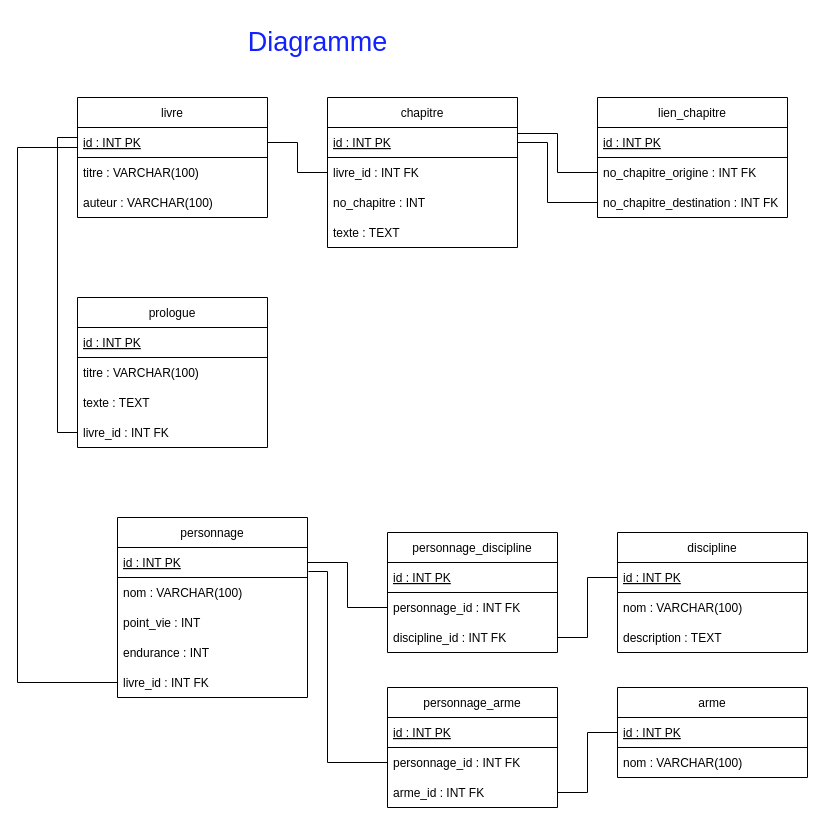
Before: Diagramme de classe du TP.drawio in 2132555-guyollotclement/clementguyollot_francispayan_projet, a draw.io diagram. Source tidied: cells renumbered, new cells numbered last; positions are measured from the earlier drawing's top-left corner, leaving out a move shared by most shapes. Both pictures are drawn from the tidied source at 100%, with x=0, y=0 at pixel (17, 17).
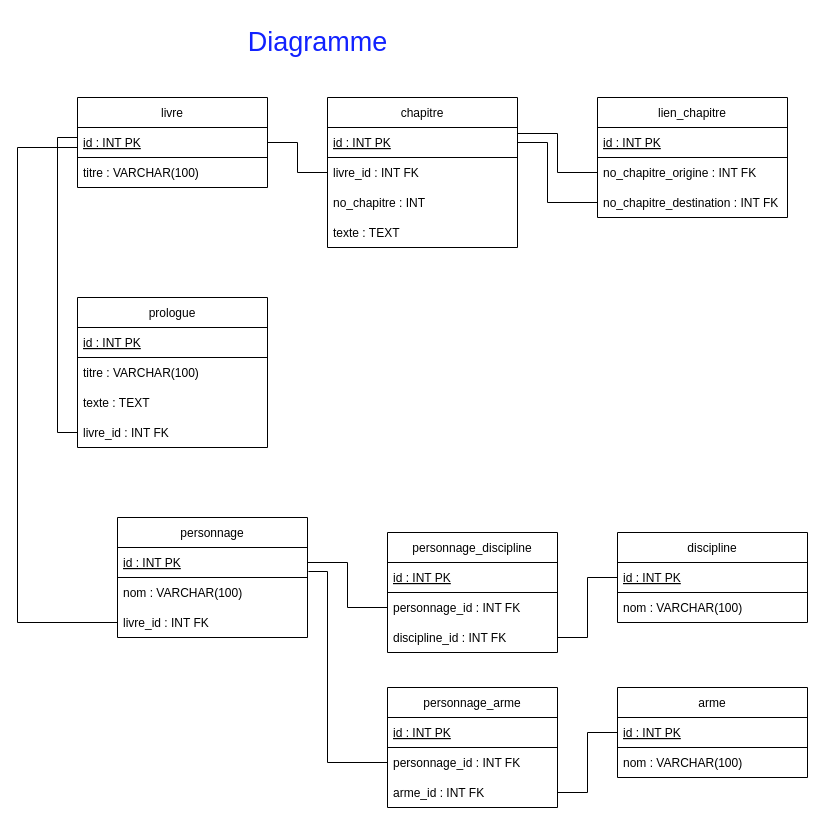
The same page after the edit.

The change refers to these unchanged cells:
```xml
<mxCell id="3" value="id : INT PK" style="text;strokeColor=default;fillColor=none;align=left;verticalAlign=middle;spacingLeft=4;spacingRight=4;overflow=hidden;points=[[0,0.5],[1,0.5]];portConstraint=eastwest;fontStyle=4;" parent="2" vertex="1">
  <mxGeometry y="30" width="190" height="30" as="geometry" />
</mxCell>
```

Diff of the diagram source:
```diff
@@
     <mxCell id="2" value="livre" style="swimlane;fontStyle=0;horizontal=1;startSize=30;" parent="1" vertex="1">
-      <mxGeometry x="60" y="80" width="190" height="120" as="geometry" />
+      <mxGeometry x="60" y="80" width="190" height="90" as="geometry" />
     </mxCell>
@@
-    <mxCell id="5" value="auteur : VARCHAR(100)" style="text;strokeColor=none;fillColor=none;align=left;verticalAlign=middle;spacingLeft=4;spacingRight=4;overflow=hidden;" parent="2" vertex="1">
-      <mxGeometry y="90" width="190" height="30" as="geometry" />
-    </mxCell>
@@
     <mxCell id="11" value="discipline" style="swimlane;fontStyle=0;horizontal=1;startSize=30;" parent="1" vertex="1">
-      <mxGeometry x="600" y="515" width="190" height="120" as="geometry" />
+      <mxGeometry x="600" y="515" width="190" height="90" as="geometry" />
     </mxCell>
@@
-    <mxCell id="14" value="description : TEXT" style="text;strokeColor=none;fillColor=none;align=left;verticalAlign=middle;spacingLeft=4;spacingRight=4;overflow=hidden;" parent="11" vertex="1">
-      <mxGeometry y="90" width="190" height="30" as="geometry" />
-    </mxCell>
@@
     <mxCell id="36" value="personnage" style="swimlane;fontStyle=0;horizontal=1;startSize=30;" parent="1" vertex="1">
-      <mxGeometry x="100" y="500" width="190" height="180" as="geometry" />
+      <mxGeometry x="100" y="500" width="190" height="120" as="geometry" />
     </mxCell>
@@
-    <mxCell id="39" value="point_vie : INT" style="text;strokeColor=none;fillColor=none;align=left;verticalAlign=middle;spacingLeft=4;spacingRight=4;overflow=hidden;" parent="36" vertex="1">
-      <mxGeometry y="90" width="190" height="30" as="geometry" />
-    </mxCell>
-    <mxCell id="40" value="endurance : INT" style="text;strokeColor=none;fillColor=none;align=left;verticalAlign=middle;spacingLeft=4;spacingRight=4;overflow=hidden;" parent="36" vertex="1">
-      <mxGeometry y="120" width="190" height="30" as="geometry" />
-    </mxCell>
     <mxCell id="41" value="livre_id : INT FK" style="text;strokeColor=none;fillColor=none;align=left;verticalAlign=middle;spacingLeft=4;spacingRight=4;overflow=hidden;points=[[0,0.5],[1,0.5]];portConstraint=eastwest;" parent="36" vertex="1">
-      <mxGeometry y="150" width="190" height="30" as="geometry" />
+      <mxGeometry y="90" width="190" height="30" as="geometry" />
     </mxCell>
@@
-    <mxCell id="50" style="edgeStyle=orthogonalEdgeStyle;rounded=0;jettySize=auto;html=1;endArrow=none;endFill=0;entryX=0;entryY=0.5;entryDx=0;entryDy=0;" parent="1" edge="1" source="41" target="3">
+    <mxCell id="50" style="edgeStyle=orthogonalEdgeStyle;rounded=0;jettySize=auto;html=1;endArrow=none;endFill=0;entryX=0;entryY=0.5;entryDx=0;entryDy=0;exitX=0;exitY=0.5;exitDx=0;exitDy=0;" parent="1" edge="1" source="41" target="3">
       <mxGeometry relative="1" as="geometry">
         <Array as="points">
-          <mxPoint y="665" />
+          <mxPoint y="605" />
           <mxPoint y="130" />
           <mxPoint x="60" y="130" />
         </Array>
       </mxGeometry>
     </mxCell>
```
